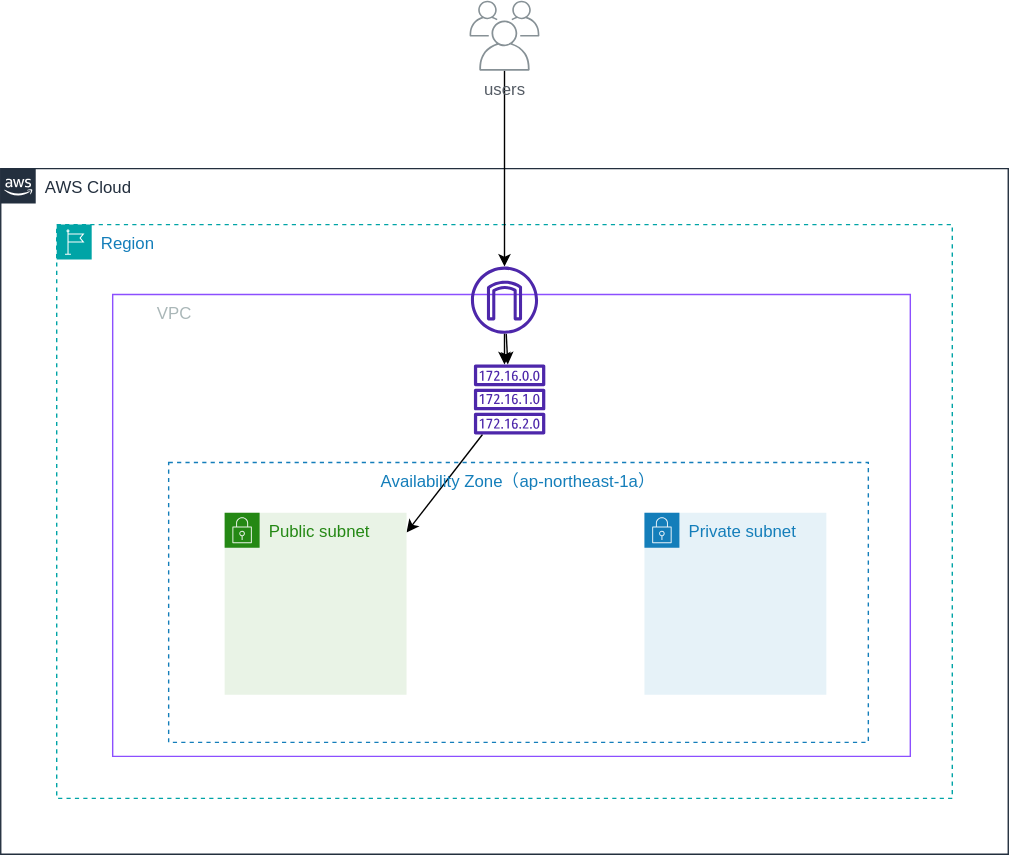
This is 4.Route-table/img/Route-table.svg from hirotoshimizu/terraform-aws, a draw.io export, as it was before one commit. Source tidied: cells renumbered, new cells last; positions are measured from the earlier drawing's top-left corner, leaving out a move shared by most shapes. The source it was exported from:
```xml
<mxGraphModel>
  <root>
    <mxCell id="0" />
    <mxCell id="1" parent="0" />
    <mxCell id="2" value="AWS Cloud" style="gradientColor=none;html=1;whiteSpace=wrap;fontSize=12;fontStyle=0;shape=mxgraph.aws4.group;grIcon=mxgraph.aws4.group_aws_cloud_alt;strokeColor=#232F3E;fillColor=none;verticalAlign=top;align=left;spacingLeft=30;fontColor=#232F3E;dashed=0;" parent="1" vertex="1">
      <mxGeometry y="120" width="720" height="490" as="geometry" />
    </mxCell>
    <mxCell id="3" value="Region" style="gradientColor=none;html=1;whiteSpace=wrap;fontSize=12;fontStyle=0;shape=mxgraph.aws4.group;grIcon=mxgraph.aws4.group_region;strokeColor=#00A4A6;fillColor=none;verticalAlign=top;align=left;spacingLeft=30;fontColor=#147EBA;dashed=1;" parent="2" vertex="1">
      <mxGeometry x="40" y="40" width="640" height="410" as="geometry" />
    </mxCell>
    <mxCell id="4" value="VPC" style="gradientColor=none;html=1;whiteSpace=wrap;fontSize=12;fontStyle=0;shape=mxgraph.aws4.group;grIcon=mxgraph.aws4.group_vpc2;strokeColor=#8C4FFF;fillColor=none;verticalAlign=top;align=left;spacingLeft=30;fontColor=#AAB7B8;dashed=0;" parent="3" vertex="1">
      <mxGeometry x="40" y="50" width="570" height="330" as="geometry" />
    </mxCell>
    <mxCell id="5" style="edgeStyle=none;html=1;entryX=0.34;entryY=0.25;entryDx=0;entryDy=0;entryPerimeter=0;" parent="4" edge="1" source="6" target="9">
      <mxGeometry relative="1" as="geometry" />
    </mxCell>
    <mxCell id="6" style="sketch=0;outlineConnect=0;fontColor=#232F3E;gradientColor=none;fillColor=#4D27AA;strokeColor=none;dashed=0;verticalLabelPosition=bottom;verticalAlign=top;align=center;html=1;fontSize=12;fontStyle=0;shape=mxgraph.aws4.route_table;" parent="4" vertex="1">
      <mxGeometry x="258" y="50" width="51.3" height="50" as="geometry" />
    </mxCell>
    <mxCell id="7" value="Public subnet" style="gradientColor=none;html=1;whiteSpace=wrap;fontSize=12;fontStyle=0;shape=mxgraph.aws4.group;grIcon=mxgraph.aws4.group_security_group;grStroke=0;strokeColor=#248814;fillColor=#E9F3E6;verticalAlign=top;align=left;spacingLeft=30;fontColor=#248814;dashed=0;" parent="4" vertex="1">
      <mxGeometry x="80" y="156" width="130" height="130" as="geometry" />
    </mxCell>
    <mxCell id="8" value="Private subnet" style="gradientColor=none;html=1;whiteSpace=wrap;fontSize=12;fontStyle=0;shape=mxgraph.aws4.group;grIcon=mxgraph.aws4.group_security_group;grStroke=0;strokeColor=#147EBA;fillColor=#E6F2F8;verticalAlign=top;align=left;spacingLeft=30;fontColor=#147EBA;dashed=0;" parent="4" vertex="1">
      <mxGeometry x="380" y="156" width="130" height="130" as="geometry" />
    </mxCell>
    <mxCell id="9" value="Availability Zone（ap-northeast-1a）" style="fillColor=none;strokeColor=#147EBA;dashed=1;verticalAlign=top;fontStyle=0;fontColor=#147EBA;" parent="4" vertex="1">
      <mxGeometry x="40" y="120" width="500" height="200" as="geometry" />
    </mxCell>
    <mxCell id="10" style="edgeStyle=none;html=1;" parent="3" edge="1" source="11" target="6">
      <mxGeometry relative="1" as="geometry" />
    </mxCell>
    <mxCell id="11" style="sketch=0;outlineConnect=0;fontColor=#232F3E;gradientColor=none;fillColor=#4D27AA;strokeColor=none;dashed=0;verticalLabelPosition=bottom;verticalAlign=top;align=center;html=1;fontSize=12;fontStyle=0;shape=mxgraph.aws4.internet_gateway;" parent="3" vertex="1">
      <mxGeometry x="296" y="30" width="48" height="48" as="geometry" />
    </mxCell>
    <mxCell id="12" style="edgeStyle=none;html=1;" parent="3" edge="1" source="11">
      <mxGeometry relative="1" as="geometry">
        <mxPoint x="320" y="100" as="targetPoint" />
      </mxGeometry>
    </mxCell>
    <mxCell id="13" style="edgeStyle=none;html=1;" parent="1" edge="1" source="14" target="11">
      <mxGeometry relative="1" as="geometry" />
    </mxCell>
    <mxCell id="14" value="users" style="sketch=0;outlineConnect=0;gradientColor=none;fontColor=#545B64;strokeColor=none;fillColor=#879196;dashed=0;verticalLabelPosition=bottom;verticalAlign=top;align=center;html=1;fontSize=12;fontStyle=0;shape=mxgraph.aws4.illustration_users;" parent="1" vertex="1">
      <mxGeometry x="335" width="50" height="50" as="geometry" />
    </mxCell>
  </root>
</mxGraphModel>
```
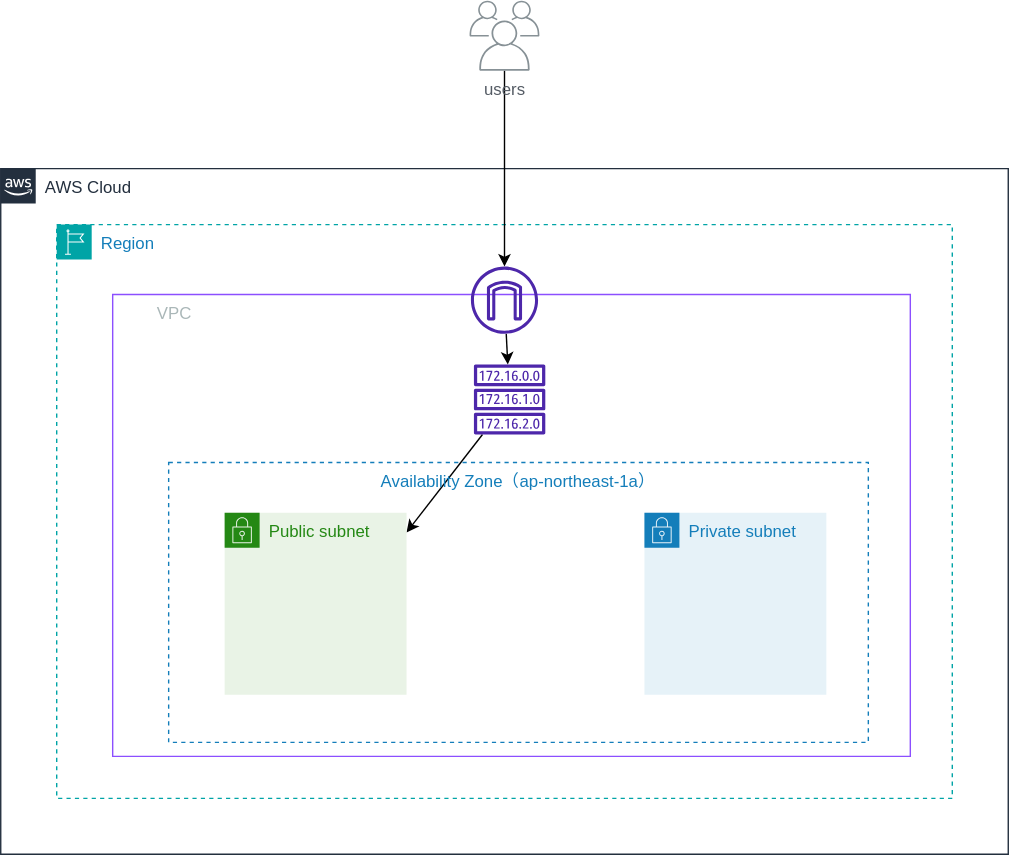
After the change.

The edit, as a diff of the source:
```diff
@@ -32,11 +32,6 @@
     <mxCell id="11" style="sketch=0;outlineConnect=0;fontColor=#232F3E;gradientColor=none;fillColor=#4D27AA;strokeColor=none;dashed=0;verticalLabelPosition=bottom;verticalAlign=top;align=center;html=1;fontSize=12;fontStyle=0;shape=mxgraph.aws4.internet_gateway;" parent="3" vertex="1">
       <mxGeometry x="296" y="30" width="48" height="48" as="geometry" />
     </mxCell>
-    <mxCell id="12" style="edgeStyle=none;html=1;" parent="3" edge="1" source="11">
-      <mxGeometry relative="1" as="geometry">
-        <mxPoint x="320" y="100" as="targetPoint" />
-      </mxGeometry>
-    </mxCell>
     <mxCell id="13" style="edgeStyle=none;html=1;" parent="1" edge="1" source="14" target="11">
       <mxGeometry relative="1" as="geometry" />
     </mxCell>
```
